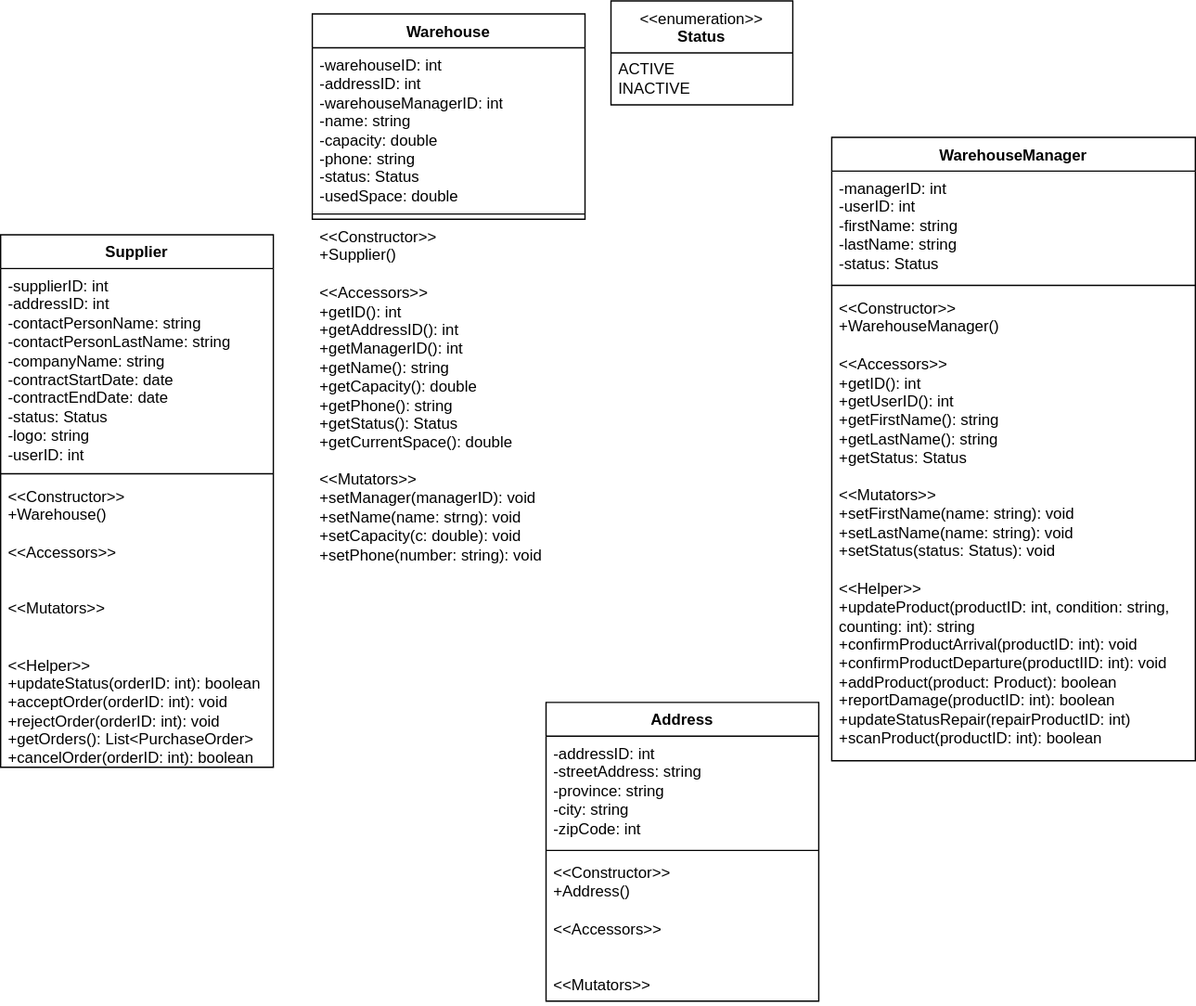
Before: nsirh-classes.svg, a diagram exported from draw.io (Simamkele88/IFM3_GP). Source tidied: cells renumbered, new cells last; positions are measured from the earlier drawing's top-left corner, leaving out a move shared by most shapes.
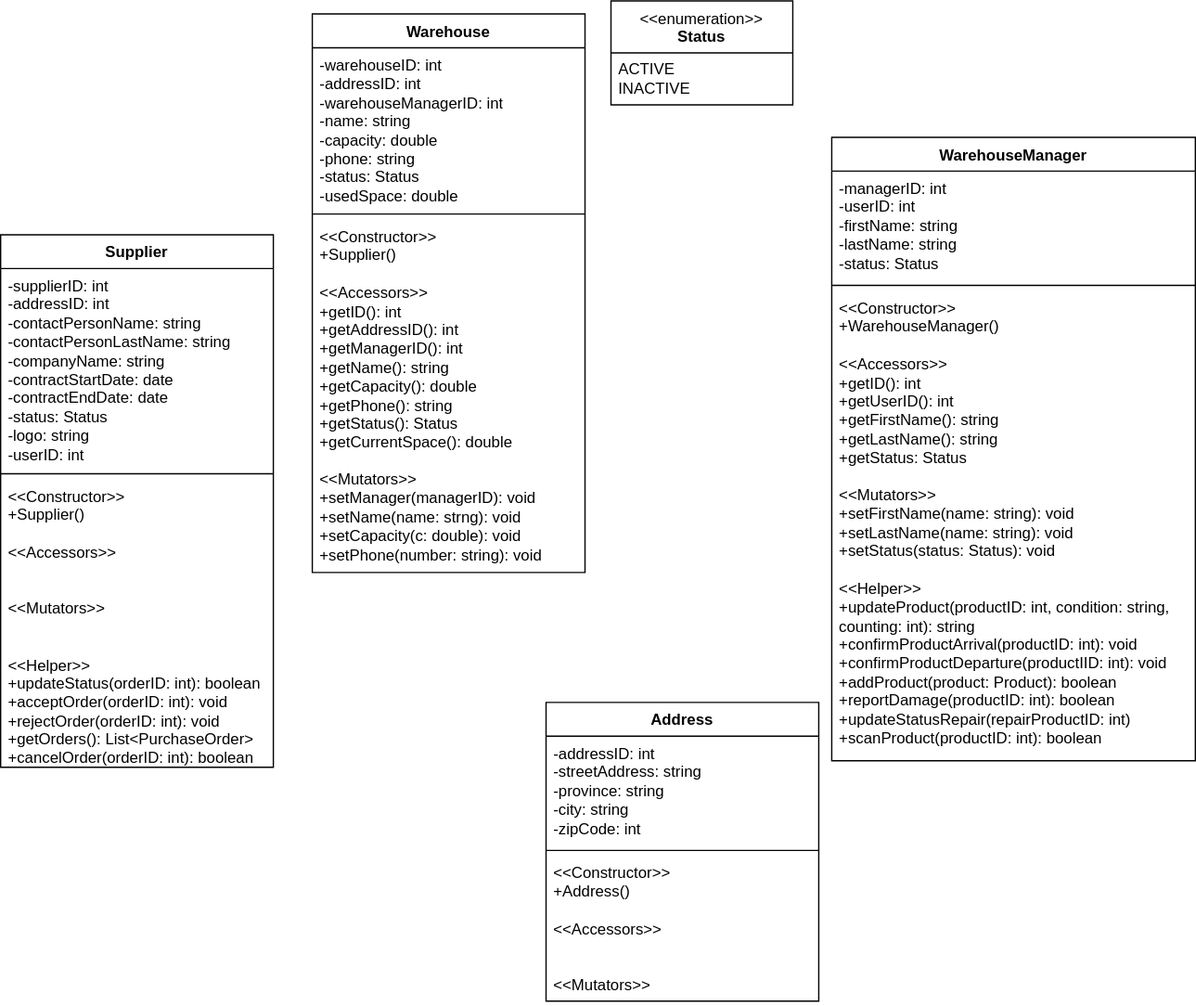
Above is the later version.

Change to the diagram source:
```diff
@@ -3,7 +3,7 @@
     <mxCell id="0" />
     <mxCell id="1" parent="0" />
     <mxCell id="2" value="Warehouse" style="swimlane;fontStyle=1;align=center;verticalAlign=top;horizontal=1;startSize=26;whiteSpace=wrap;html=1;" parent="1" vertex="1">
-      <mxGeometry x="240" y="10" width="210" height="158" as="geometry" />
+      <mxGeometry x="240" y="10" width="210" height="430" as="geometry" />
     </mxCell>
     <mxCell id="3" value="-warehouseID: int&lt;div&gt;-addressID: int&lt;/div&gt;&lt;div&gt;-warehouseManagerID: int&lt;/div&gt;&lt;div&gt;-name: string&lt;/div&gt;&lt;div&gt;-capacity: double&lt;/div&gt;&lt;div&gt;-phone: string&lt;/div&gt;&lt;div&gt;-status: Status&lt;/div&gt;&lt;div&gt;-usedSpace: double&lt;/div&gt;&lt;div&gt;&lt;br&gt;&lt;/div&gt;" style="text;strokeColor=none;fillColor=none;align=left;verticalAlign=top;spacingLeft=4;spacingRight=4;overflow=hidden;whiteSpace=wrap;html=1;" parent="2" vertex="1">
       <mxGeometry y="26" width="210" height="124" as="geometry" />
@@ -11,6 +11,9 @@
     <mxCell id="4" style="line;strokeWidth=1;fillColor=none;align=left;verticalAlign=middle;spacingTop=-1;spacingLeft=3;spacingRight=3;labelPosition=right;strokeColor=inherit;" parent="2" vertex="1">
       <mxGeometry y="150" width="210" height="8" as="geometry" />
     </mxCell>
+    <mxCell id="19" value="&amp;lt;&amp;lt;Constructor&amp;gt;&amp;gt;&lt;div&gt;+Supplier()&lt;/div&gt;&lt;div&gt;&lt;br&gt;&lt;/div&gt;&lt;div&gt;&amp;lt;&amp;lt;Accessors&amp;gt;&amp;gt;&lt;/div&gt;&lt;div&gt;+getID(): int&lt;/div&gt;&lt;div&gt;+getAddressID(): int&lt;/div&gt;&lt;div&gt;+getManagerID(): int&lt;/div&gt;&lt;div&gt;+getName(): string&lt;/div&gt;&lt;div&gt;+getCapacity(): double&lt;/div&gt;&lt;div&gt;+getPhone(): string&lt;/div&gt;&lt;div&gt;+getStatus(): Status&lt;/div&gt;&lt;div&gt;+getCurrentSpace(): double&lt;/div&gt;&lt;div&gt;&lt;br&gt;&lt;/div&gt;&lt;div&gt;&amp;lt;&amp;lt;Mutators&amp;gt;&amp;gt;&lt;/div&gt;&lt;div&gt;+setManager(managerID): void&lt;/div&gt;&lt;div&gt;+setName(name: strng): void&lt;/div&gt;&lt;div&gt;+setCapacity(c: double): void&lt;/div&gt;&lt;div&gt;+setPhone(number: string): void&lt;/div&gt;&lt;div&gt;&lt;br&gt;&lt;/div&gt;" style="text;strokeColor=none;fillColor=none;align=left;verticalAlign=top;spacingLeft=4;spacingRight=4;overflow=hidden;whiteSpace=wrap;html=1;" parent="2" vertex="1">
+      <mxGeometry y="158" width="210" height="272" as="geometry" />
+    </mxCell>
     <mxCell id="5" value="&amp;lt;&amp;lt;enumeration&amp;gt;&amp;gt;&lt;br&gt;&lt;b&gt;Status&lt;/b&gt;" style="swimlane;fontStyle=0;align=center;verticalAlign=top;horizontal=1;startSize=40;html=1;whiteSpace=wrap;" parent="1" vertex="1">
       <mxGeometry x="470" width="140" height="80" as="geometry" />
     </mxCell>
@@ -38,7 +41,7 @@
     <mxCell id="13" style="line;strokeWidth=1;fillColor=none;align=left;verticalAlign=middle;spacingTop=-1;spacingLeft=3;spacingRight=3;labelPosition=right;strokeColor=inherit;" parent="11" vertex="1">
       <mxGeometry y="180" width="210" height="8" as="geometry" />
     </mxCell>
-    <mxCell id="14" value="&amp;lt;&amp;lt;Constructor&amp;gt;&amp;gt;&lt;div&gt;+Warehouse()&lt;/div&gt;&lt;div&gt;&lt;br&gt;&lt;/div&gt;&lt;div&gt;&amp;lt;&amp;lt;Accessors&amp;gt;&amp;gt;&lt;/div&gt;&lt;div&gt;&lt;br&gt;&lt;/div&gt;&lt;div&gt;&lt;br&gt;&lt;/div&gt;&lt;div&gt;&amp;lt;&amp;lt;Mutators&amp;gt;&amp;gt;&lt;/div&gt;&lt;div&gt;&lt;br&gt;&lt;/div&gt;&lt;div&gt;&lt;br&gt;&lt;/div&gt;&lt;div&gt;&amp;lt;&amp;lt;Helper&amp;gt;&amp;gt;&lt;/div&gt;&lt;div&gt;+updateStatus(orderID: int): boolean&lt;/div&gt;&lt;div&gt;+acceptOrder(orderID: int): void&lt;/div&gt;&lt;div&gt;+rejectOrder(orderID: int): void&lt;/div&gt;&lt;div&gt;+getOrders(): List&amp;lt;PurchaseOrder&amp;gt;&lt;/div&gt;&lt;div&gt;+cancelOrder(orderID: int): boolean&lt;/div&gt;&lt;div&gt;&lt;br&gt;&lt;/div&gt;" style="text;strokeColor=none;fillColor=none;align=left;verticalAlign=top;spacingLeft=4;spacingRight=4;overflow=hidden;whiteSpace=wrap;html=1;" parent="11" vertex="1">
+    <mxCell id="14" value="&amp;lt;&amp;lt;Constructor&amp;gt;&amp;gt;&lt;div&gt;+Supplier()&lt;/div&gt;&lt;div&gt;&lt;br&gt;&lt;/div&gt;&lt;div&gt;&amp;lt;&amp;lt;Accessors&amp;gt;&amp;gt;&lt;/div&gt;&lt;div&gt;&lt;br&gt;&lt;/div&gt;&lt;div&gt;&lt;br&gt;&lt;/div&gt;&lt;div&gt;&amp;lt;&amp;lt;Mutators&amp;gt;&amp;gt;&lt;/div&gt;&lt;div&gt;&lt;br&gt;&lt;/div&gt;&lt;div&gt;&lt;br&gt;&lt;/div&gt;&lt;div&gt;&amp;lt;&amp;lt;Helper&amp;gt;&amp;gt;&lt;/div&gt;&lt;div&gt;+updateStatus(orderID: int): boolean&lt;/div&gt;&lt;div&gt;+acceptOrder(orderID: int): void&lt;/div&gt;&lt;div&gt;+rejectOrder(orderID: int): void&lt;/div&gt;&lt;div&gt;+getOrders(): List&amp;lt;PurchaseOrder&amp;gt;&lt;/div&gt;&lt;div&gt;+cancelOrder(orderID: int): boolean&lt;/div&gt;&lt;div&gt;&lt;br&gt;&lt;/div&gt;" style="text;strokeColor=none;fillColor=none;align=left;verticalAlign=top;spacingLeft=4;spacingRight=4;overflow=hidden;whiteSpace=wrap;html=1;" parent="11" vertex="1">
       <mxGeometry y="188" width="210" height="222" as="geometry" />
     </mxCell>
     <mxCell id="15" value="Address" style="swimlane;fontStyle=1;align=center;verticalAlign=top;horizontal=1;startSize=26;whiteSpace=wrap;html=1;" parent="1" vertex="1">
@@ -53,8 +56,5 @@
     <mxCell id="18" value="&amp;lt;&amp;lt;Constructor&amp;gt;&amp;gt;&lt;div&gt;+Address()&lt;/div&gt;&lt;div&gt;&lt;br&gt;&lt;/div&gt;&lt;div&gt;&amp;lt;&amp;lt;Accessors&amp;gt;&amp;gt;&lt;/div&gt;&lt;div&gt;&lt;br&gt;&lt;/div&gt;&lt;div&gt;&lt;br&gt;&lt;/div&gt;&lt;div&gt;&amp;lt;&amp;lt;Mutators&amp;gt;&amp;gt;&lt;/div&gt;&lt;div&gt;&lt;br&gt;&lt;/div&gt;&lt;div&gt;&lt;br&gt;&lt;/div&gt;" style="text;strokeColor=none;fillColor=none;align=left;verticalAlign=top;spacingLeft=4;spacingRight=4;overflow=hidden;whiteSpace=wrap;html=1;" parent="15" vertex="1">
       <mxGeometry y="118" width="210" height="112" as="geometry" />
     </mxCell>
-    <mxCell id="19" value="&amp;lt;&amp;lt;Constructor&amp;gt;&amp;gt;&lt;div&gt;+Supplier()&lt;/div&gt;&lt;div&gt;&lt;br&gt;&lt;/div&gt;&lt;div&gt;&amp;lt;&amp;lt;Accessors&amp;gt;&amp;gt;&lt;/div&gt;&lt;div&gt;+getID(): int&lt;/div&gt;&lt;div&gt;+getAddressID(): int&lt;/div&gt;&lt;div&gt;+getManagerID(): int&lt;/div&gt;&lt;div&gt;+getName(): string&lt;/div&gt;&lt;div&gt;+getCapacity(): double&lt;/div&gt;&lt;div&gt;+getPhone(): string&lt;/div&gt;&lt;div&gt;+getStatus(): Status&lt;/div&gt;&lt;div&gt;+getCurrentSpace(): double&lt;/div&gt;&lt;div&gt;&lt;br&gt;&lt;/div&gt;&lt;div&gt;&amp;lt;&amp;lt;Mutators&amp;gt;&amp;gt;&lt;/div&gt;&lt;div&gt;+setManager(managerID): void&lt;/div&gt;&lt;div&gt;+setName(name: strng): void&lt;/div&gt;&lt;div&gt;+setCapacity(c: double): void&lt;/div&gt;&lt;div&gt;+setPhone(number: string): void&lt;/div&gt;&lt;div&gt;&lt;br&gt;&lt;/div&gt;" style="text;strokeColor=none;fillColor=none;align=left;verticalAlign=top;spacingLeft=4;spacingRight=4;overflow=hidden;whiteSpace=wrap;html=1;" parent="1" vertex="1">
-      <mxGeometry x="240" y="168" width="210" height="272" as="geometry" />
-    </mxCell>
   </root>
 </mxGraphModel>
```
